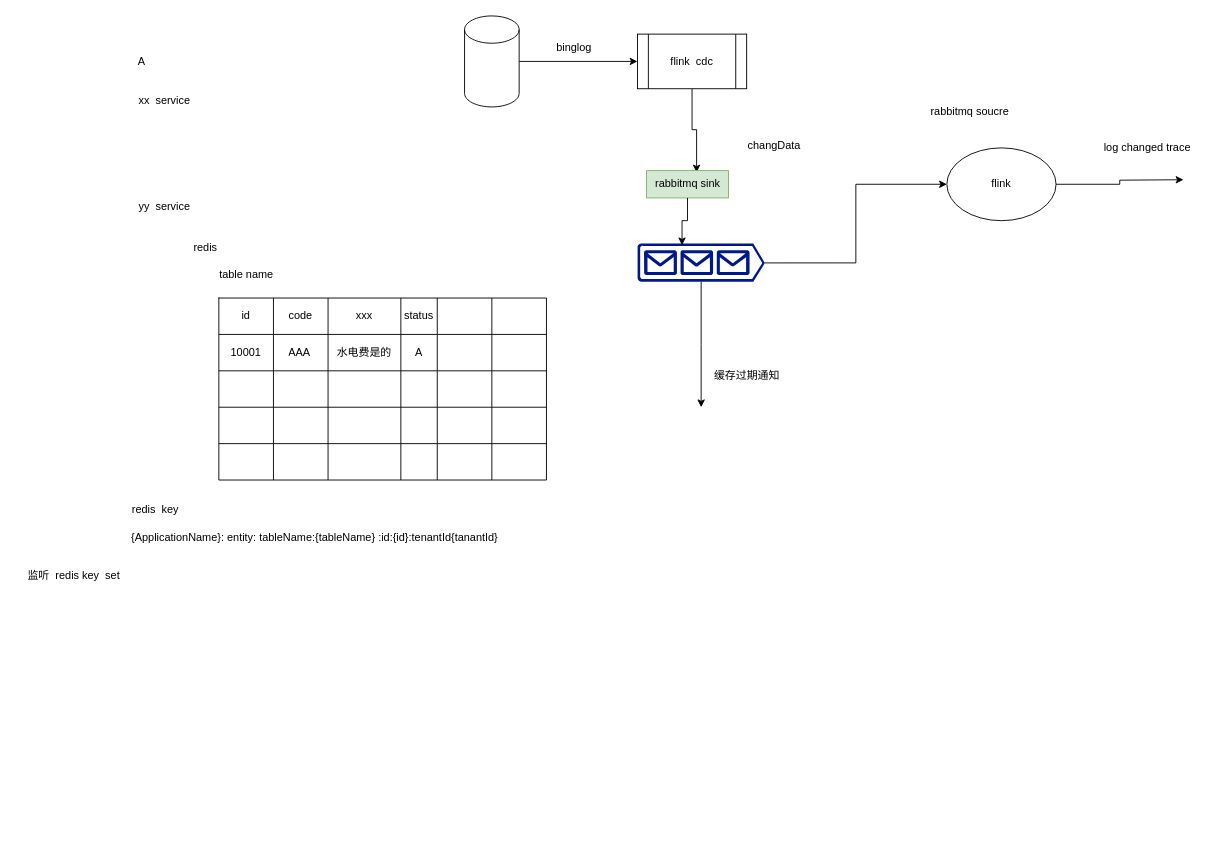
devfox88/draw-house keeps this draw.io diagram as page "缓存同步" (11 of 11) of xctp.drawio. Above is the earlier version. Source tidied: cells renumbered, new cells numbered last; positions are measured from the earlier drawing's top-left corner, leaving out a move shared by most shapes. Both pictures are drawn from the tidied source at 91%, with x=0, y=0 at pixel (15, 15).
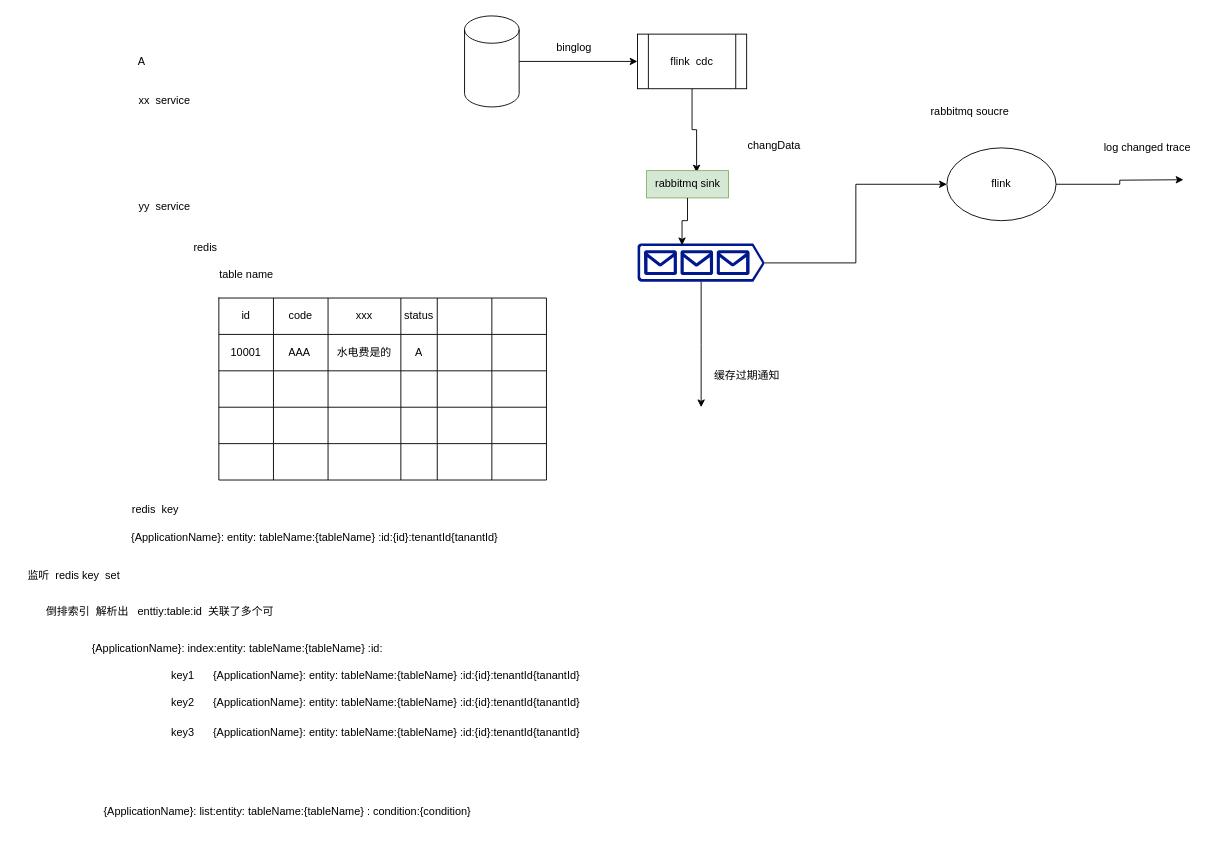
The same page after the edit.

Change to the diagram source:
```diff
@@
+    <mxCell id="62" value="倒排索引&amp;nbsp; 解析出&amp;nbsp; &amp;nbsp;enttiy:table:id&amp;nbsp; 关联了多个可" style="text;html=1;align=center;verticalAlign=middle;strokeColor=none;fillColor=none;" parent="1" vertex="1">
+      <mxGeometry x="23" y="640" width="270" height="30" as="geometry" />
+    </mxCell>
+    <mxCell id="63" value="{ApplicationName}: index:entity: tableName:{tableName} :id:" style="text;html=1;align=center;verticalAlign=middle;strokeColor=none;fillColor=none;" parent="1" vertex="1">
+      <mxGeometry x="73" y="680" width="340" height="30" as="geometry" />
+    </mxCell>
+    <mxCell id="64" value="{ApplicationName}: entity: tableName:{tableName} :id:{id}:tenantId{tanantId}" style="text;html=1;align=center;verticalAlign=middle;strokeColor=none;fillColor=none;" parent="1" vertex="1">
+      <mxGeometry x="203" y="710" width="430" height="30" as="geometry" />
+    </mxCell>
+    <mxCell id="65" value="key1" style="text;html=1;align=center;verticalAlign=middle;strokeColor=none;fillColor=none;" parent="1" vertex="1">
+      <mxGeometry x="158" y="710" width="50" height="30" as="geometry" />
+    </mxCell>
+    <mxCell id="66" value="key2" style="text;html=1;align=center;verticalAlign=middle;strokeColor=none;fillColor=none;" parent="1" vertex="1">
+      <mxGeometry x="158" y="740" width="50" height="30" as="geometry" />
+    </mxCell>
+    <mxCell id="67" value="{ApplicationName}: entity: tableName:{tableName} :id:{id}:tenantId{tanantId}" style="text;html=1;align=center;verticalAlign=middle;strokeColor=none;fillColor=none;" parent="1" vertex="1">
+      <mxGeometry x="203" y="740" width="430" height="30" as="geometry" />
+    </mxCell>
+    <mxCell id="68" value="key3" style="text;html=1;align=center;verticalAlign=middle;strokeColor=none;fillColor=none;" parent="1" vertex="1">
+      <mxGeometry x="158" y="773" width="50" height="30" as="geometry" />
+    </mxCell>
+    <mxCell id="69" value="{ApplicationName}: entity: tableName:{tableName} :id:{id}:tenantId{tanantId}" style="text;html=1;align=center;verticalAlign=middle;strokeColor=none;fillColor=none;" parent="1" vertex="1">
+      <mxGeometry x="203" y="773" width="430" height="30" as="geometry" />
+    </mxCell>
+    <mxCell id="70" value="{ApplicationName}: list:entity: tableName:{tableName} : condition:{condition}" style="text;html=1;align=center;verticalAlign=middle;strokeColor=none;fillColor=none;" parent="1" vertex="1">
+      <mxGeometry x="83" y="860" width="430" height="30" as="geometry" />
+    </mxCell>
```
